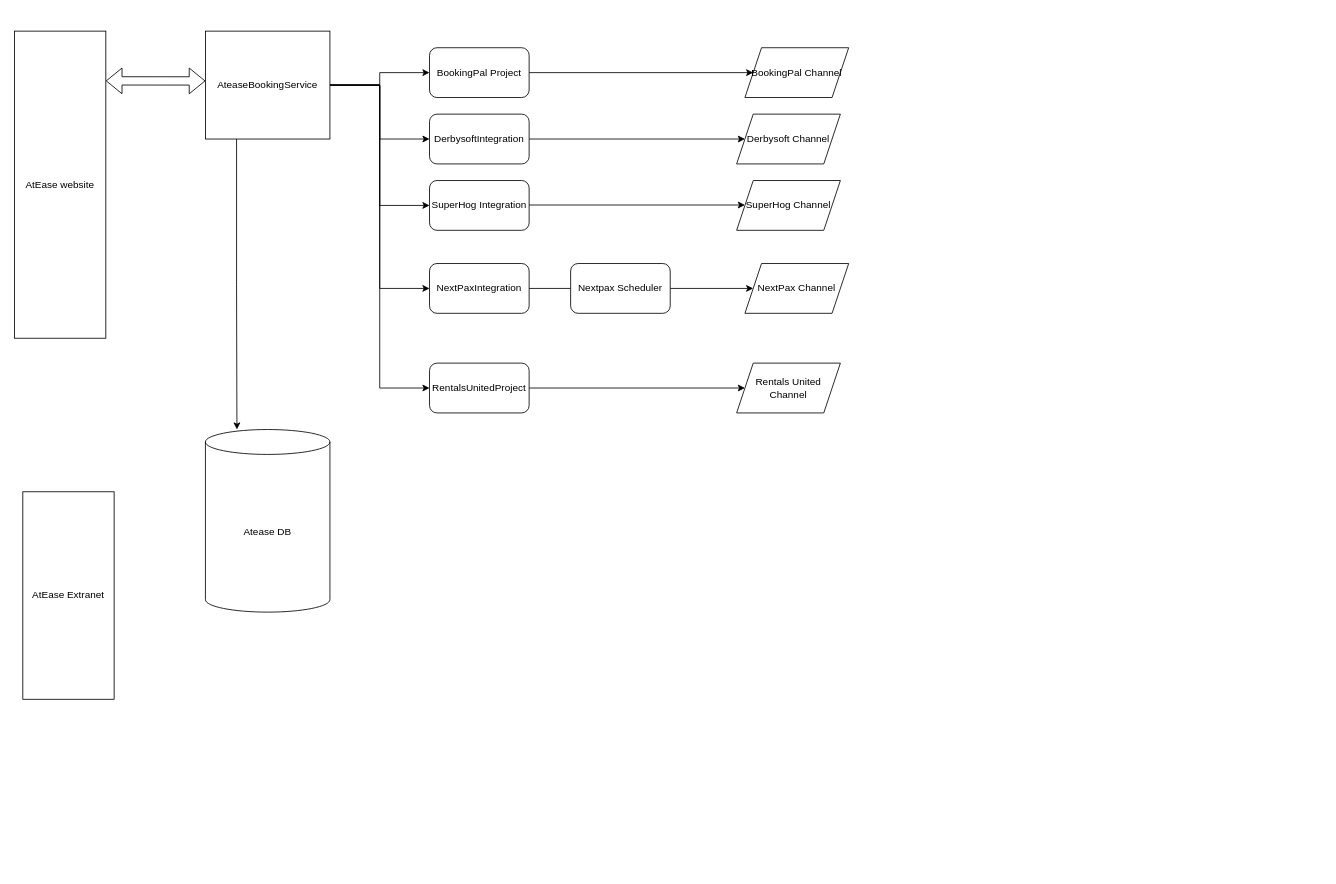
Before: SystemFlow/Untitled Diagram.drawio in FaiyazApp/flow, a draw.io diagram. Source tidied: cells renumbered, new cells numbered last; positions are measured from the earlier drawing's top-left corner, leaving out a move shared by most shapes. Both pictures are drawn from the tidied source at 83%, with x=0, y=0 at pixel (14, 31).
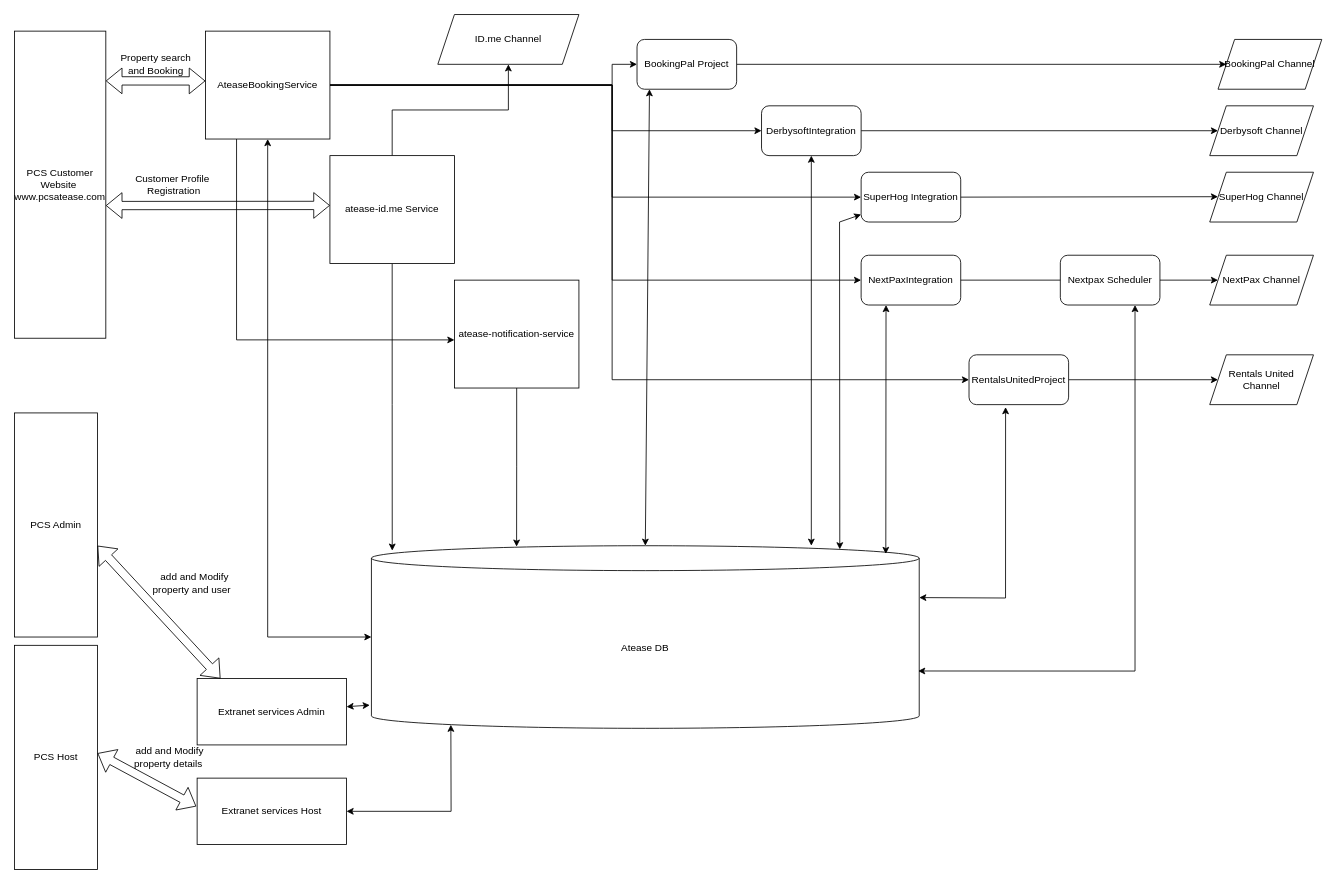
The same diagram, later.

The change refers to these unchanged cells:
```xml
<mxCell id="9" value="&lt;span&gt;AteaseBookingService&lt;/span&gt;" style="rounded=0;whiteSpace=wrap;html=1;direction=south;" parent="1" vertex="1">
  <mxGeometry x="230" width="150" height="130" as="geometry" />
</mxCell>
```

What changed in the source:
```diff
@@
-    <mxCell id="2" value="&lt;span&gt;AtEase website&lt;/span&gt;" style="rounded=0;whiteSpace=wrap;html=1;direction=south;" parent="1" vertex="1">
+    <mxCell id="2" value="&lt;span&gt;PCS Customer Website&amp;nbsp;&lt;br&gt;www.pcsatease.com&lt;br&gt;&lt;/span&gt;" style="rounded=0;whiteSpace=wrap;html=1;direction=south;" parent="1" vertex="1">
       <mxGeometry width="110" height="370" as="geometry" />
     </mxCell>
-    <mxCell id="3" style="edgeStyle=orthogonalEdgeStyle;rounded=0;jettySize=auto;html=1;exitX=1;exitY=0.75;exitDx=0;exitDy=0;entryX=0.253;entryY=0;entryDx=0;entryDy=0;entryPerimeter=0;" parent="1" edge="1" source="9" target="10">
-      <mxGeometry relative="1" as="geometry" />
-    </mxCell>
     <mxCell id="4" style="edgeStyle=orthogonalEdgeStyle;rounded=0;jettySize=auto;html=1;entryX=0;entryY=0.5;entryDx=0;entryDy=0;" parent="1" edge="1" source="9" target="17">
-      <mxGeometry relative="1" as="geometry" />
+      <mxGeometry relative="1" as="geometry">
+        <Array as="points">
+          <mxPoint x="720" y="65" />
+          <mxPoint x="720" y="40" />
+        </Array>
+      </mxGeometry>
     </mxCell>
     <mxCell id="5" style="edgeStyle=orthogonalEdgeStyle;rounded=0;jettySize=auto;html=1;entryX=0;entryY=0.5;entryDx=0;entryDy=0;" parent="1" edge="1" source="9" target="19">
-      <mxGeometry relative="1" as="geometry" />
+      <mxGeometry relative="1" as="geometry">
+        <Array as="points">
+          <mxPoint x="720" y="65" />
+          <mxPoint x="720" y="120" />
+        </Array>
+      </mxGeometry>
     </mxCell>
     <mxCell id="6" style="edgeStyle=orthogonalEdgeStyle;rounded=0;jettySize=auto;html=1;entryX=0;entryY=0.5;entryDx=0;entryDy=0;" parent="1" edge="1" source="9" target="21">
-      <mxGeometry relative="1" as="geometry" />
+      <mxGeometry relative="1" as="geometry">
+        <Array as="points">
+          <mxPoint x="720" y="65" />
+          <mxPoint x="720" y="300" />
+        </Array>
+      </mxGeometry>
     </mxCell>
     <mxCell id="7" style="edgeStyle=orthogonalEdgeStyle;rounded=0;jettySize=auto;html=1;entryX=0;entryY=0.5;entryDx=0;entryDy=0;" parent="1" edge="1" source="9" target="23">
-      <mxGeometry relative="1" as="geometry" />
+      <mxGeometry relative="1" as="geometry">
+        <Array as="points">
+          <mxPoint x="720" y="65" />
+          <mxPoint x="720" y="420" />
+        </Array>
+      </mxGeometry>
     </mxCell>
     <mxCell id="8" style="edgeStyle=orthogonalEdgeStyle;rounded=0;jettySize=auto;html=1;exitX=0.5;exitY=0;exitDx=0;exitDy=0;entryX=0;entryY=0.5;entryDx=0;entryDy=0;" parent="1" edge="1" source="9" target="28">
-      <mxGeometry relative="1" as="geometry" />
+      <mxGeometry relative="1" as="geometry">
+        <Array as="points">
+          <mxPoint x="720" y="65" />
+          <mxPoint x="720" y="200" />
+        </Array>
+      </mxGeometry>
     </mxCell>
+    <mxCell id="30" style="edgeStyle=orthogonalEdgeStyle;rounded=0;jettySize=auto;html=1;exitX=1;exitY=0.75;exitDx=0;exitDy=0;entryX=0.554;entryY=1;entryDx=0;entryDy=0;entryPerimeter=0;" parent="1" edge="1" source="9" target="35">
+      <mxGeometry relative="1" as="geometry" />
+    </mxCell>
@@
     <mxCell id="10" value="Atease DB" style="shape=cylinder3;whiteSpace=wrap;html=1;boundedLbl=1;backgroundOutline=1;size=15;" parent="1" vertex="1">
-      <mxGeometry x="230" y="480" width="150" height="220" as="geometry" />
+      <mxGeometry x="430" y="620" width="660" height="220" as="geometry" />
     </mxCell>
-    <mxCell id="11" value="&lt;span&gt;AtEase Extranet&lt;/span&gt;" style="rounded=0;whiteSpace=wrap;html=1;direction=south;" parent="1" vertex="1">
-      <mxGeometry x="10" y="555" width="110" height="250" as="geometry" />
+    <mxCell id="11" value="&lt;span&gt;PCS Admin&lt;/span&gt;" style="rounded=0;whiteSpace=wrap;html=1;direction=south;" parent="1" vertex="1">
+      <mxGeometry y="460" width="100" height="270" as="geometry" />
     </mxCell>
     <mxCell id="12" value="BookingPal Channel" style="shape=parallelogram;perimeter=parallelogramPerimeter;whiteSpace=wrap;html=1;fixedSize=1;rounded=0;" parent="1" vertex="1">
-      <mxGeometry x="880" y="20" width="125" height="60" as="geometry" />
+      <mxGeometry x="1450" y="10" width="125" height="60" as="geometry" />
     </mxCell>
     <mxCell id="13" value="Derbysoft Channel" style="shape=parallelogram;perimeter=parallelogramPerimeter;whiteSpace=wrap;html=1;fixedSize=1;rounded=0;" parent="1" vertex="1">
-      <mxGeometry x="870" y="100" width="125" height="60" as="geometry" />
+      <mxGeometry x="1440" y="90" width="125" height="60" as="geometry" />
     </mxCell>
     <mxCell id="14" value="NextPax Channel" style="shape=parallelogram;perimeter=parallelogramPerimeter;whiteSpace=wrap;html=1;fixedSize=1;rounded=0;" parent="1" vertex="1">
-      <mxGeometry x="880" y="280" width="125" height="60" as="geometry" />
+      <mxGeometry x="1440" y="270" width="125" height="60" as="geometry" />
     </mxCell>
     <mxCell id="15" value="Rentals United Channel" style="shape=parallelogram;perimeter=parallelogramPerimeter;whiteSpace=wrap;html=1;fixedSize=1;rounded=0;" parent="1" vertex="1">
-      <mxGeometry x="870" y="400" width="125" height="60" as="geometry" />
+      <mxGeometry x="1440" y="390" width="125" height="60" as="geometry" />
     </mxCell>
@@
     <mxCell id="17" value="BookingPal Project" style="rounded=1;whiteSpace=wrap;html=1;" parent="1" vertex="1">
-      <mxGeometry x="500" y="20" width="120" height="60" as="geometry" />
+      <mxGeometry x="750" y="10" width="120" height="60" as="geometry" />
     </mxCell>
@@
     <mxCell id="19" value="DerbysoftIntegration" style="rounded=1;whiteSpace=wrap;html=1;" parent="1" vertex="1">
-      <mxGeometry x="500" y="100" width="120" height="60" as="geometry" />
+      <mxGeometry x="900" y="90" width="120" height="60" as="geometry" />
     </mxCell>
@@
     <mxCell id="21" value="NextPaxIntegration" style="rounded=1;whiteSpace=wrap;html=1;" parent="1" vertex="1">
-      <mxGeometry x="500" y="280" width="120" height="60" as="geometry" />
+      <mxGeometry x="1020" y="270" width="120" height="60" as="geometry" />
     </mxCell>
@@
     <mxCell id="23" value="RentalsUnitedProject" style="rounded=1;whiteSpace=wrap;html=1;" parent="1" vertex="1">
-      <mxGeometry x="500" y="400" width="120" height="60" as="geometry" />
+      <mxGeometry x="1150" y="390" width="120" height="60" as="geometry" />
     </mxCell>
     <mxCell id="24" value="Nextpax Scheduler" style="rounded=1;whiteSpace=wrap;html=1;" parent="1" vertex="1">
-      <mxGeometry x="670" y="280" width="120" height="60" as="geometry" />
+      <mxGeometry x="1260" y="270" width="120" height="60" as="geometry" />
     </mxCell>
@@
     <mxCell id="27" value="SuperHog Channel" style="shape=parallelogram;perimeter=parallelogramPerimeter;whiteSpace=wrap;html=1;fixedSize=1;rounded=0;" parent="1" vertex="1">
-      <mxGeometry x="870" y="180" width="125" height="60" as="geometry" />
+      <mxGeometry x="1440" y="170" width="125" height="60" as="geometry" />
     </mxCell>
     <mxCell id="28" value="SuperHog Integration" style="rounded=1;whiteSpace=wrap;html=1;" parent="1" vertex="1">
-      <mxGeometry x="500" y="180" width="120" height="60" as="geometry" />
+      <mxGeometry x="1020" y="170" width="120" height="60" as="geometry" />
     </mxCell>
-    <mxCell id="29" style="edgeStyle=orthogonalEdgeStyle;rounded=0;orthogonalLoop=1;jettySize=auto;html=1;" parent="1" edge="1">
+    <mxCell id="29" style="edgeStyle=orthogonalEdgeStyle;rounded=0;jettySize=auto;html=1;exitX=1;exitY=0.5;exitDx=0;exitDy=0;" parent="1" edge="1" source="28">
       <mxGeometry relative="1" as="geometry">
-        <mxPoint x="620" y="209.5" as="sourcePoint" />
-        <mxPoint x="880" y="209.5" as="targetPoint" />
+        <mxPoint x="1450" y="199.5" as="targetPoint" />
       </mxGeometry>
     </mxCell>
+    <mxCell id="31" style="edgeStyle=orthogonalEdgeStyle;rounded=0;jettySize=auto;html=1;entryX=0.038;entryY=0.027;entryDx=0;entryDy=0;entryPerimeter=0;" parent="1" edge="1" source="33" target="10">
+      <mxGeometry relative="1" as="geometry" />
+    </mxCell>
+    <mxCell id="32" style="edgeStyle=orthogonalEdgeStyle;rounded=0;jettySize=auto;html=1;entryX=0.5;entryY=1;entryDx=0;entryDy=0;" parent="1" edge="1" source="33" target="46">
+      <mxGeometry relative="1" as="geometry" />
+    </mxCell>
+    <mxCell id="33" value="&lt;span&gt;atease-id.me Service&lt;/span&gt;" style="rounded=0;whiteSpace=wrap;html=1;direction=south;" parent="1" vertex="1">
+      <mxGeometry x="380" y="150" width="150" height="130" as="geometry" />
+    </mxCell>
+    <mxCell id="34" style="edgeStyle=orthogonalEdgeStyle;rounded=0;jettySize=auto;html=1;entryX=0.265;entryY=0.005;entryDx=0;entryDy=0;entryPerimeter=0;" parent="1" edge="1" source="35" target="10">
+      <mxGeometry relative="1" as="geometry" />
+    </mxCell>
+    <mxCell id="35" value="atease-notification-service" style="rounded=0;whiteSpace=wrap;html=1;direction=south;" parent="1" vertex="1">
+      <mxGeometry x="530" y="300" width="150" height="130" as="geometry" />
+    </mxCell>
+    <mxCell id="36" style="shape=flexArrow;endArrow=classic;startArrow=classic;html=1;rounded=0;exitX=0.568;exitY=0;exitDx=0;exitDy=0;exitPerimeter=0;" parent="1" edge="1" source="2">
+      <mxGeometry relative="1" as="geometry">
+        <mxPoint x="380" y="210" as="targetPoint" />
+      </mxGeometry>
+    </mxCell>
+    <mxCell id="37" style="endArrow=classic;startArrow=classic;html=1;rounded=0;exitX=1;exitY=0.5;exitDx=0;exitDy=0;" parent="1" edge="1" source="9">
+      <mxGeometry relative="1" as="geometry">
+        <mxPoint x="430" y="730" as="targetPoint" />
+        <Array as="points">
+          <mxPoint x="305" y="730" />
+        </Array>
+      </mxGeometry>
+    </mxCell>
+    <mxCell id="38" style="endArrow=classic;startArrow=classic;html=1;rounded=0;entryX=0.125;entryY=1;entryDx=0;entryDy=0;entryPerimeter=0;exitX=0.5;exitY=0;exitDx=0;exitDy=0;exitPerimeter=0;" parent="1" edge="1" source="10" target="17">
+      <mxGeometry relative="1" as="geometry" />
+    </mxCell>
+    <mxCell id="39" style="endArrow=classic;startArrow=classic;html=1;rounded=0;" parent="1" edge="1" target="19">
+      <mxGeometry relative="1" as="geometry">
+        <mxPoint x="960" y="620" as="sourcePoint" />
+      </mxGeometry>
+    </mxCell>
+    <mxCell id="40" style="endArrow=classic;startArrow=classic;html=1;rounded=0;entryX=0.25;entryY=1;entryDx=0;entryDy=0;exitX=0.939;exitY=0.045;exitDx=0;exitDy=0;exitPerimeter=0;" parent="1" edge="1" source="10" target="21">
+      <mxGeometry relative="1" as="geometry" />
+    </mxCell>
+    <mxCell id="41" style="endArrow=classic;startArrow=classic;html=1;rounded=0;entryX=0.367;entryY=1.05;entryDx=0;entryDy=0;entryPerimeter=0;exitX=1;exitY=0;exitDx=0;exitDy=62.5;exitPerimeter=0;" parent="1" edge="1" source="10" target="23">
+      <mxGeometry relative="1" as="geometry">
+        <Array as="points">
+          <mxPoint x="1194" y="683" />
+        </Array>
+      </mxGeometry>
+    </mxCell>
+    <mxCell id="42" style="endArrow=classic;startArrow=classic;html=1;rounded=0;entryX=0.75;entryY=1;entryDx=0;entryDy=0;exitX=0.998;exitY=0.686;exitDx=0;exitDy=0;exitPerimeter=0;" parent="1" edge="1" source="10" target="24">
+      <mxGeometry relative="1" as="geometry">
+        <Array as="points">
+          <mxPoint x="1350" y="771" />
+        </Array>
+      </mxGeometry>
+    </mxCell>
+    <mxCell id="43" style="endArrow=classic;startArrow=classic;html=1;rounded=0;exitX=0.855;exitY=0;exitDx=0;exitDy=4.35;exitPerimeter=0;" parent="1" edge="1" source="10" target="28">
+      <mxGeometry relative="1" as="geometry">
+        <Array as="points">
+          <mxPoint x="994" y="230" />
+        </Array>
+      </mxGeometry>
+    </mxCell>
+    <mxCell id="44" value="Property search &lt;br&gt;and Booking" style="text;html=1;align=center;verticalAlign=middle;strokeColor=none;fillColor=none;" parent="1" vertex="1">
+      <mxGeometry x="120" y="25" width="100" height="30" as="geometry" />
+    </mxCell>
+    <mxCell id="45" value="Customer Profile&lt;br&gt;&amp;nbsp;Registration" style="text;html=1;align=center;verticalAlign=middle;strokeColor=none;fillColor=none;" parent="1" vertex="1">
+      <mxGeometry x="140" y="170" width="100" height="30" as="geometry" />
+    </mxCell>
+    <mxCell id="46" value="ID.me Channel" style="shape=parallelogram;perimeter=parallelogramPerimeter;whiteSpace=wrap;html=1;fixedSize=1;rounded=0;" parent="1" vertex="1">
+      <mxGeometry x="510" y="-20" width="170" height="60" as="geometry" />
+    </mxCell>
+    <mxCell id="47" value="PCS Host" style="rounded=0;whiteSpace=wrap;html=1;direction=south;" parent="1" vertex="1">
+      <mxGeometry y="740" width="100" height="270" as="geometry" />
+    </mxCell>
+    <mxCell id="48" value="Extranet services Host" style="rounded=0;whiteSpace=wrap;html=1;direction=south;" parent="1" vertex="1">
+      <mxGeometry x="220" y="900" width="180" height="80" as="geometry" />
+    </mxCell>
+    <mxCell id="49" value="Extranet services Admin" style="rounded=0;whiteSpace=wrap;html=1;direction=south;" parent="1" vertex="1">
+      <mxGeometry x="220" y="780" width="180" height="80" as="geometry" />
+    </mxCell>
+    <mxCell id="50" style="shape=flexArrow;endArrow=classic;startArrow=classic;html=1;rounded=0;entryX=0;entryY=0.844;entryDx=0;entryDy=0;entryPerimeter=0;" parent="1" edge="1" target="49">
+      <mxGeometry relative="1" as="geometry">
+        <mxPoint x="100" y="620" as="sourcePoint" />
+      </mxGeometry>
+    </mxCell>
+    <mxCell id="51" style="shape=flexArrow;endArrow=classic;startArrow=classic;html=1;rounded=0;entryX=0.425;entryY=1.006;entryDx=0;entryDy=0;entryPerimeter=0;" parent="1" edge="1" target="48">
+      <mxGeometry relative="1" as="geometry">
+        <mxPoint x="100" y="870" as="sourcePoint" />
+      </mxGeometry>
+    </mxCell>
+    <mxCell id="52" style="endArrow=classic;startArrow=classic;html=1;rounded=0;entryX=-0.003;entryY=0.873;entryDx=0;entryDy=0;entryPerimeter=0;" parent="1" edge="1" source="49" target="10">
+      <mxGeometry relative="1" as="geometry" />
+    </mxCell>
+    <mxCell id="53" style="endArrow=classic;startArrow=classic;html=1;rounded=0;entryX=0.145;entryY=1;entryDx=0;entryDy=-4.35;entryPerimeter=0;exitX=0.5;exitY=0;exitDx=0;exitDy=0;" parent="1" edge="1" source="48" target="10">
+      <mxGeometry relative="1" as="geometry">
+        <Array as="points">
+          <mxPoint x="526" y="940" />
+        </Array>
+      </mxGeometry>
+    </mxCell>
+    <mxCell id="54" value="&amp;nbsp;add and Modify &lt;br&gt;property and user&amp;nbsp;" style="text;html=1;align=center;verticalAlign=middle;strokeColor=none;fillColor=none;" parent="1" vertex="1">
+      <mxGeometry x="160" y="650" width="110" height="30" as="geometry" />
+    </mxCell>
+    <mxCell id="55" value="&amp;nbsp;add and Modify &lt;br&gt;property details" style="text;html=1;align=center;verticalAlign=middle;strokeColor=none;fillColor=none;" parent="1" vertex="1">
+      <mxGeometry x="135" y="860" width="100" height="30" as="geometry" />
+    </mxCell>
```
